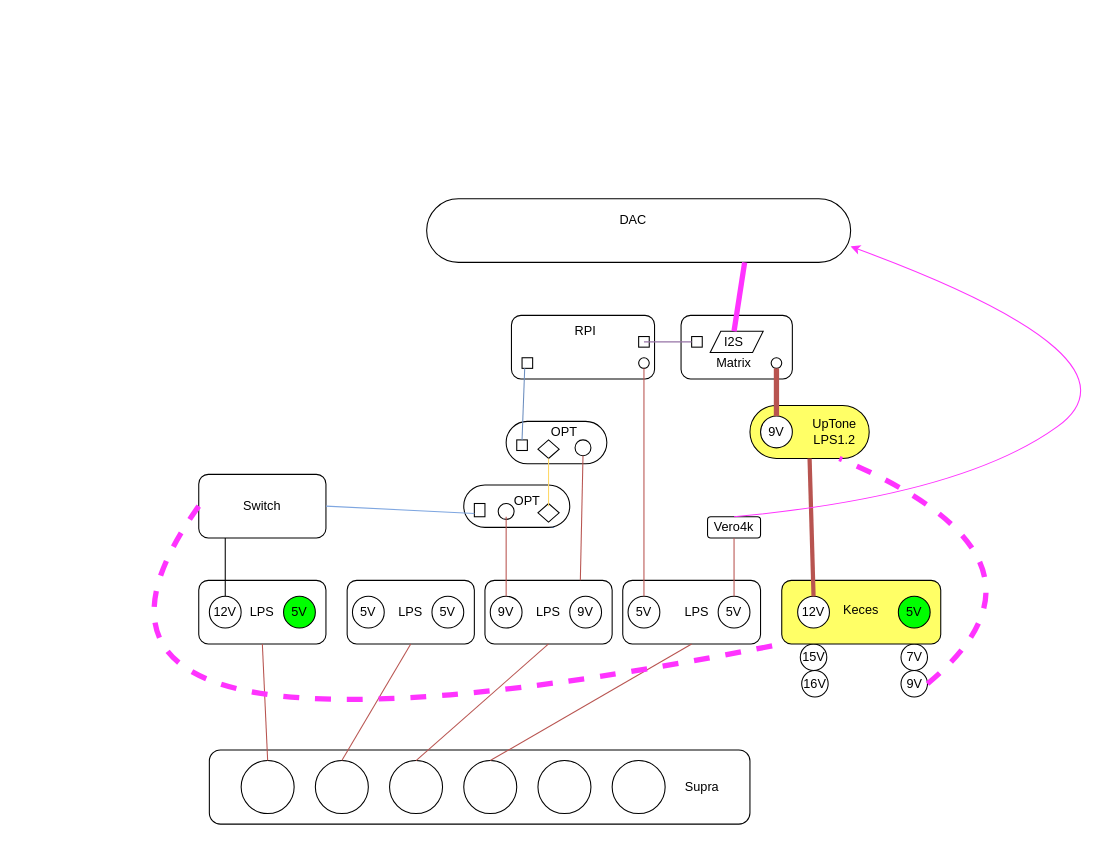
Before: Audio2020.drawio in maniac0r/audio, a draw.io diagram. Source tidied: cells renumbered, new cells numbered last; positions are measured from the earlier drawing's top-left corner, leaving out a move shared by most shapes. Both pictures are drawn from the tidied source at 106%, with x=0, y=0 at pixel (-14, 198).
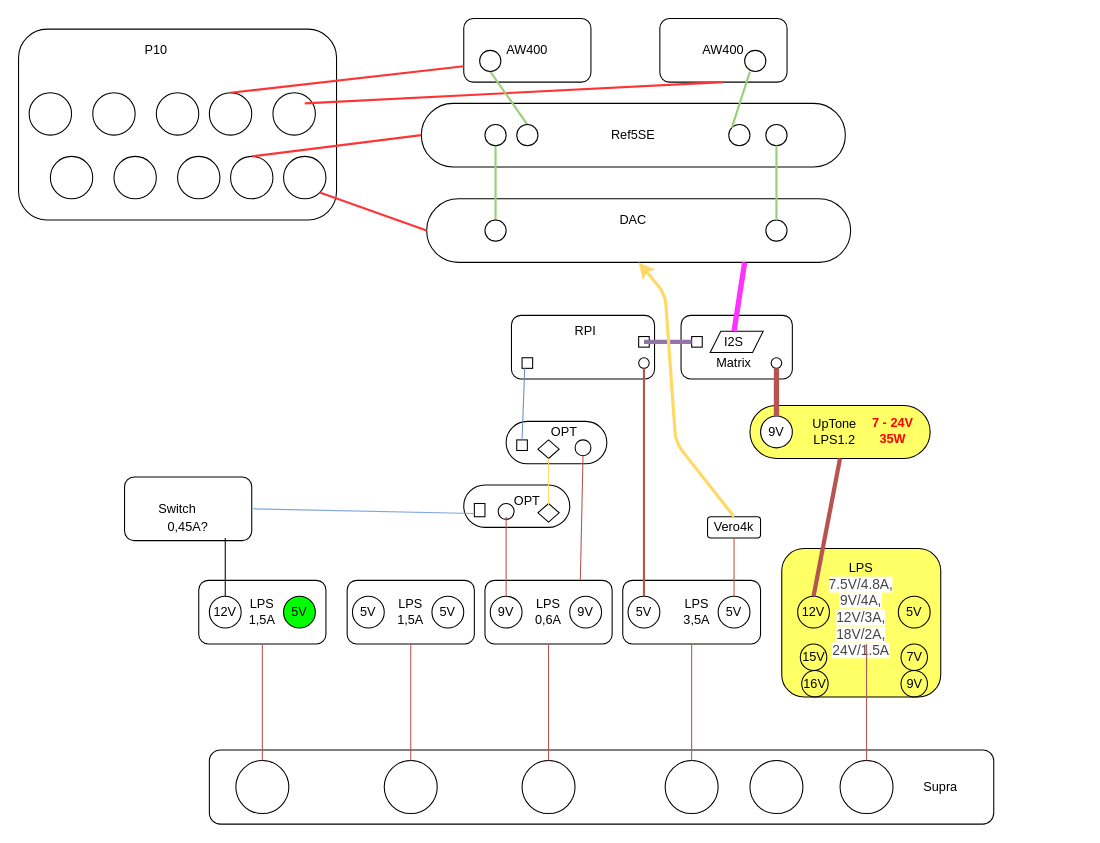
Above is the later version.

The change refers to these unchanged cells:
```xml
<mxCell id="22" value="5V" style="ellipse;whiteSpace=wrap;html=1;" parent="1" vertex="1">
  <mxGeometry x="605" y="375" width="30" height="30" as="geometry" />
</mxCell>
<mxCell id="36" value="Vero4k" style="text;html=1;strokeColor=none;fillColor=none;align=center;verticalAlign=middle;whiteSpace=wrap;rounded=0;" parent="1" vertex="1">
  <mxGeometry x="685" y="300" width="40" height="20" as="geometry" />
</mxCell>
<mxCell id="52" style="ellipse;whiteSpace=wrap;html=1;" parent="1" vertex="1">
  <mxGeometry x="615" y="150" width="10" height="10" as="geometry" />
</mxCell>
<mxCell id="59" style="rounded=0;whiteSpace=wrap;html=1;" parent="1" vertex="1">
  <mxGeometry x="665" y="130" width="10" height="10" as="geometry" />
</mxCell>
<mxCell id="60" style="rounded=0;whiteSpace=wrap;html=1;" parent="1" vertex="1">
  <mxGeometry x="615" y="130" width="10" height="10" as="geometry" />
</mxCell>
<mxCell id="78" style="rounded=1;whiteSpace=wrap;html=1;arcSize=50;" parent="1" vertex="1">
  <mxGeometry x="415" width="400" height="60" as="geometry" />
</mxCell>
```

Change to the diagram source:
```diff
@@
+    <mxCell id="63" style="rounded=1;whiteSpace=wrap;html=1;fillColor=#FFFF66;" parent="1" vertex="1">
+      <mxGeometry x="750" y="330" width="150" height="140" as="geometry" />
+    </mxCell>
@@
-    <mxCell id="3" value="7V" style="ellipse;whiteSpace=wrap;html=1;" parent="1" vertex="1">
+    <mxCell id="3" value="7V" style="ellipse;whiteSpace=wrap;html=1;fillColor=none;" parent="1" vertex="1">
       <mxGeometry x="862.5" y="420" width="25" height="25" as="geometry" />
     </mxCell>
-    <mxCell id="4" value="15V" style="ellipse;whiteSpace=wrap;html=1;" parent="1" vertex="1">
+    <mxCell id="4" value="15V" style="ellipse;whiteSpace=wrap;html=1;fillColor=none;" parent="1" vertex="1">
       <mxGeometry x="767.5" y="420" width="25" height="25" as="geometry" />
     </mxCell>
     <mxCell id="5" style="rounded=1;whiteSpace=wrap;html=1;" parent="1" vertex="1">
-      <mxGeometry x="200" y="260" width="120" height="60" as="geometry" />
+      <mxGeometry x="130" y="262.5" width="120" height="60" as="geometry" />
     </mxCell>
     <mxCell id="6" value="Switch" style="text;html=1;strokeColor=none;fillColor=none;align=center;verticalAlign=middle;whiteSpace=wrap;rounded=0;" parent="1" vertex="1">
-      <mxGeometry x="240" y="280" width="40" height="20" as="geometry" />
+      <mxGeometry x="160" y="282.5" width="40" height="20" as="geometry" />
     </mxCell>
@@
-    <mxCell id="8" value="LPS" style="text;html=1;strokeColor=none;fillColor=none;align=center;verticalAlign=middle;whiteSpace=wrap;rounded=0;" parent="1" vertex="1">
+    <mxCell id="8" value="LPS&lt;br&gt;1,5A" style="text;html=1;strokeColor=none;fillColor=none;align=center;verticalAlign=middle;whiteSpace=wrap;rounded=0;" parent="1" vertex="1">
       <mxGeometry x="240" y="380" width="40" height="20" as="geometry" />
     </mxCell>
@@
-    <mxCell id="13" value="LPS" style="text;html=1;strokeColor=none;fillColor=none;align=center;verticalAlign=middle;whiteSpace=wrap;rounded=0;" parent="1" vertex="1">
+    <mxCell id="13" value="LPS&lt;br&gt;1,5A" style="text;html=1;strokeColor=none;fillColor=none;align=center;verticalAlign=middle;whiteSpace=wrap;rounded=0;" parent="1" vertex="1">
       <mxGeometry x="375" y="375" width="50" height="30" as="geometry" />
     </mxCell>
@@
-    <mxCell id="17" value="LPS" style="text;html=1;strokeColor=none;fillColor=none;align=center;verticalAlign=middle;whiteSpace=wrap;rounded=0;" parent="1" vertex="1">
+    <mxCell id="17" value="LPS&lt;br&gt;0,6A" style="text;html=1;strokeColor=none;fillColor=none;align=center;verticalAlign=middle;whiteSpace=wrap;rounded=0;" parent="1" vertex="1">
       <mxGeometry x="505" y="375" width="50" height="30" as="geometry" />
     </mxCell>
@@
-    <mxCell id="21" value="LPS" style="text;html=1;strokeColor=none;fillColor=none;align=center;verticalAlign=middle;whiteSpace=wrap;rounded=0;" parent="1" vertex="1">
+    <mxCell id="21" value="LPS&lt;br&gt;3,5A" style="text;html=1;strokeColor=none;fillColor=none;align=center;verticalAlign=middle;whiteSpace=wrap;rounded=0;" parent="1" vertex="1">
       <mxGeometry x="645" y="375" width="50" height="30" as="geometry" />
     </mxCell>
@@
     <mxCell id="24" style="rounded=1;whiteSpace=wrap;html=1;" parent="1" vertex="1">
-      <mxGeometry x="210" y="520" width="510" height="70" as="geometry" />
+      <mxGeometry x="210" y="520" width="740" height="70" as="geometry" />
     </mxCell>
     <mxCell id="25" style="ellipse;whiteSpace=wrap;html=1;rotation=0;direction=south;" parent="1" vertex="1">
-      <mxGeometry x="240" y="530" width="50" height="50" as="geometry" />
+      <mxGeometry x="235" y="530" width="50" height="50" as="geometry" />
     </mxCell>
     <mxCell id="26" style="ellipse;whiteSpace=wrap;html=1;rotation=0;direction=south;" parent="1" vertex="1">
-      <mxGeometry x="310" y="530" width="50" height="50" as="geometry" />
+      <mxGeometry x="375" y="530" width="50" height="50" as="geometry" />
     </mxCell>
     <mxCell id="27" style="ellipse;whiteSpace=wrap;html=1;rotation=0;direction=south;" parent="1" vertex="1">
-      <mxGeometry x="380" y="530" width="50" height="50" as="geometry" />
+      <mxGeometry x="505" y="530" width="50" height="50" as="geometry" />
     </mxCell>
     <mxCell id="28" style="ellipse;whiteSpace=wrap;html=1;rotation=0;direction=south;" parent="1" vertex="1">
-      <mxGeometry x="450" y="530" width="50" height="50" as="geometry" />
+      <mxGeometry x="640" y="530" width="50" height="50" as="geometry" />
     </mxCell>
     <mxCell id="29" style="ellipse;whiteSpace=wrap;html=1;rotation=0;direction=south;" parent="1" vertex="1">
-      <mxGeometry x="520" y="530" width="50" height="50" as="geometry" />
+      <mxGeometry x="720" y="530" width="50" height="50" as="geometry" />
     </mxCell>
     <mxCell id="30" style="ellipse;whiteSpace=wrap;html=1;rotation=0;direction=south;" parent="1" vertex="1">
-      <mxGeometry x="590" y="530" width="50" height="50" as="geometry" />
+      <mxGeometry x="805" y="530" width="50" height="50" as="geometry" />
     </mxCell>
@@
-    <mxCell id="53" style="endArrow=none;html=1;fillColor=#f8cecc;strokeColor=#B85450;entryX=0.5;entryY=1;entryDx=0;entryDy=0;exitX=0.5;exitY=0;exitDx=0;exitDy=0;" parent="1" edge="1" source="22" target="52">
+    <mxCell id="53" style="endArrow=none;html=1;fillColor=#f8cecc;strokeColor=#B85450;entryX=0.5;entryY=1;entryDx=0;entryDy=0;exitX=0.5;exitY=0;exitDx=0;exitDy=0;strokeWidth=2;" parent="1" edge="1" source="22" target="52">
       <mxGeometry relative="1" as="geometry" />
     </mxCell>
@@
-    <mxCell id="61" style="endArrow=none;html=1;strokeColor=#9673a6;entryX=0;entryY=0.5;entryDx=0;entryDy=0;fillColor=#e1d5e7;exitX=0.5;exitY=0.5;exitDx=0;exitDy=0;exitPerimeter=0;" parent="1" edge="1" source="60" target="59">
+    <mxCell id="61" style="endArrow=none;html=1;strokeColor=#9673a6;entryX=0;entryY=0.5;entryDx=0;entryDy=0;fillColor=#e1d5e7;exitX=0.5;exitY=0.5;exitDx=0;exitDy=0;exitPerimeter=0;strokeWidth=4;" parent="1" edge="1" source="60" target="59">
       <mxGeometry relative="1" as="geometry" />
     </mxCell>
     <mxCell id="62" value="Supra" style="text;html=1;strokeColor=none;fillColor=none;align=center;verticalAlign=middle;whiteSpace=wrap;rounded=0;" parent="1" vertex="1">
-      <mxGeometry x="655" y="550" width="40" height="10" as="geometry" />
+      <mxGeometry x="880" y="550" width="40" height="10" as="geometry" />
     </mxCell>
-    <mxCell id="63" style="rounded=1;whiteSpace=wrap;html=1;fillColor=#FFFF66;" parent="1" vertex="1">
-      <mxGeometry x="750" y="360" width="150" height="60" as="geometry" />
-    </mxCell>
-    <mxCell id="64" value="12V" style="ellipse;whiteSpace=wrap;html=1;" parent="1" vertex="1">
+    <mxCell id="64" value="12V" style="ellipse;whiteSpace=wrap;html=1;fillColor=none;" parent="1" vertex="1">
       <mxGeometry x="765" y="375" width="30" height="30" as="geometry" />
     </mxCell>
     <mxCell id="65" style="rounded=1;whiteSpace=wrap;html=1;arcSize=50;fillColor=#FFFF66;" parent="1" vertex="1">
-      <mxGeometry x="720" y="195" width="112.5" height="50" as="geometry" />
+      <mxGeometry x="720" y="195" width="170" height="50" as="geometry" />
     </mxCell>
@@
-    <mxCell id="69" value="Keces" style="text;html=1;strokeColor=none;fillColor=none;align=center;verticalAlign=middle;whiteSpace=wrap;rounded=0;" parent="1" vertex="1">
+    <mxCell id="69" value="LPS&lt;br&gt;&lt;span style=&quot;color: rgb(68 , 68 , 68) ; font-family: &amp;#34;helvetica&amp;#34; , &amp;#34;arial&amp;#34; , sans-serif ; font-size: 13px ; text-align: left ; background-color: rgb(255 , 255 , 255)&quot;&gt;7.5V/4.8A, 9V/4A, 12V/3A, 18V/2A, 24V/1.5A&lt;/span&gt;" style="text;html=1;strokeColor=none;fillColor=none;align=center;verticalAlign=middle;whiteSpace=wrap;rounded=0;" parent="1" vertex="1">
       <mxGeometry x="805" y="380" width="40" height="15" as="geometry" />
     </mxCell>
-    <mxCell id="70" value="16V" style="ellipse;whiteSpace=wrap;html=1;" parent="1" vertex="1">
+    <mxCell id="70" value="16V" style="ellipse;whiteSpace=wrap;html=1;fillColor=none;" parent="1" vertex="1">
       <mxGeometry x="768.8" y="445" width="25" height="25" as="geometry" />
     </mxCell>
-    <mxCell id="71" value="5V" style="ellipse;whiteSpace=wrap;html=1;fillColor=#00FF00;" parent="1" vertex="1">
+    <mxCell id="71" value="5V" style="ellipse;whiteSpace=wrap;html=1;fillColor=none;" parent="1" vertex="1">
       <mxGeometry x="860" y="375" width="30" height="30" as="geometry" />
     </mxCell>
-    <mxCell id="72" value="9V" style="ellipse;whiteSpace=wrap;html=1;" parent="1" vertex="1">
+    <mxCell id="72" value="9V" style="ellipse;whiteSpace=wrap;html=1;fillColor=none;" parent="1" vertex="1">
       <mxGeometry x="862.5" y="445" width="25" height="25" as="geometry" />
     </mxCell>
@@
-    <mxCell id="81" style="endArrow=classic;html=1;strokeColor=#FF33FF;exitX=0.5;exitY=0;exitDx=0;exitDy=0;curved=1;entryX=1;entryY=0.75;entryDx=0;entryDy=0;" parent="1" edge="1" source="36" target="78">
+    <mxCell id="81" style="endArrow=classic;html=1;exitX=0.5;exitY=0;exitDx=0;exitDy=0;entryX=0.5;entryY=1;entryDx=0;entryDy=0;fillColor=#fad7ac;strokeColor=#FFD966;rounded=1;strokeWidth=3;" parent="1" edge="1" source="36" target="78">
       <mxGeometry relative="1" as="geometry">
         <Array as="points">
-          <mxPoint x="920" y="280" />
-          <mxPoint x="1100" y="150" />
+          <mxPoint x="650" y="230" />
+          <mxPoint x="640" y="90" />
         </Array>
       </mxGeometry>
     </mxCell>
-    <mxCell id="82" style="endArrow=none;dashed=1;html=1;strokeColor=#FF33FF;strokeWidth=5;exitX=0;exitY=0.5;exitDx=0;exitDy=0;entryX=0;entryY=1;entryDx=0;entryDy=0;curved=1;" parent="1" edge="1" source="5" target="63">
-      <mxGeometry relative="1" as="geometry">
-        <Array as="points">
-          <mxPoint y="570" />
-        </Array>
-      </mxGeometry>
-    </mxCell>
-    <mxCell id="83" style="endArrow=none;dashed=1;html=1;strokeColor=#FF33FF;strokeWidth=5;entryX=0.75;entryY=1;entryDx=0;entryDy=0;exitX=1;exitY=0.5;exitDx=0;exitDy=0;curved=1;" parent="1" edge="1" source="72" target="65">
-      <mxGeometry relative="1" as="geometry">
-        <Array as="points">
-          <mxPoint x="1030" y="340" />
-        </Array>
-      </mxGeometry>
-    </mxCell>
+    <mxCell id="84" value="&lt;font color=&quot;#ff0000&quot;&gt;7 - 24V&lt;br&gt;35W&lt;/font&gt;" style="text;html=1;strokeColor=none;fillColor=none;align=center;verticalAlign=middle;whiteSpace=wrap;rounded=0;fontStyle=1;" parent="1" vertex="1">
+      <mxGeometry x="830" y="200" width="50" height="37.5" as="geometry" />
+    </mxCell>
+    <mxCell id="85" value="0,45A?" style="text;html=1;strokeColor=none;fillColor=none;align=center;verticalAlign=middle;whiteSpace=wrap;rounded=0;" parent="1" vertex="1">
+      <mxGeometry x="170" y="300" width="40" height="20" as="geometry" />
+    </mxCell>
+    <mxCell id="86" style="endArrow=none;html=1;fillColor=#f8cecc;strokeColor=#B85450;exitX=0;exitY=0.5;exitDx=0;exitDy=0;" parent="1" edge="1" source="30">
+      <mxGeometry relative="1" as="geometry">
+        <mxPoint x="830" y="420" as="targetPoint" />
+      </mxGeometry>
+    </mxCell>
+    <mxCell id="87" style="rounded=1;whiteSpace=wrap;html=1;" parent="1" vertex="1">
+      <mxGeometry x="30" y="-160" width="300" height="180" as="geometry" />
+    </mxCell>
+    <mxCell id="88" value="P10" style="text;html=1;strokeColor=none;fillColor=none;align=center;verticalAlign=middle;whiteSpace=wrap;rounded=0;" parent="1" vertex="1">
+      <mxGeometry x="140" y="-170" width="40" height="60" as="geometry" />
+    </mxCell>
+    <mxCell id="89" style="ellipse;whiteSpace=wrap;html=1;" parent="1" vertex="1">
+      <mxGeometry x="40" y="-100" width="40" height="40" as="geometry" />
+    </mxCell>
+    <mxCell id="90" style="ellipse;whiteSpace=wrap;html=1;" parent="1" vertex="1">
+      <mxGeometry x="100" y="-100" width="40" height="40" as="geometry" />
+    </mxCell>
+    <mxCell id="91" style="ellipse;whiteSpace=wrap;html=1;" parent="1" vertex="1">
+      <mxGeometry x="160" y="-100" width="40" height="40" as="geometry" />
+    </mxCell>
+    <mxCell id="92" style="ellipse;whiteSpace=wrap;html=1;" parent="1" vertex="1">
+      <mxGeometry x="210" y="-100" width="40" height="40" as="geometry" />
+    </mxCell>
+    <mxCell id="93" style="ellipse;whiteSpace=wrap;html=1;" parent="1" vertex="1">
+      <mxGeometry x="270" y="-100" width="40" height="40" as="geometry" />
+    </mxCell>
+    <mxCell id="94" style="ellipse;whiteSpace=wrap;html=1;" parent="1" vertex="1">
+      <mxGeometry x="60" y="-40" width="40" height="40" as="geometry" />
+    </mxCell>
+    <mxCell id="95" style="ellipse;whiteSpace=wrap;html=1;" parent="1" vertex="1">
+      <mxGeometry x="120" y="-40" width="40" height="40" as="geometry" />
+    </mxCell>
+    <mxCell id="96" style="ellipse;whiteSpace=wrap;html=1;" parent="1" vertex="1">
+      <mxGeometry x="180" y="-40" width="40" height="40" as="geometry" />
+    </mxCell>
+    <mxCell id="97" style="ellipse;whiteSpace=wrap;html=1;" parent="1" vertex="1">
+      <mxGeometry x="230" y="-40" width="40" height="40" as="geometry" />
+    </mxCell>
+    <mxCell id="98" style="ellipse;whiteSpace=wrap;html=1;" parent="1" vertex="1">
+      <mxGeometry x="280" y="-40" width="40" height="40" as="geometry" />
+    </mxCell>
+    <mxCell id="99" style="endArrow=none;html=1;strokeWidth=2;entryX=1;entryY=1;entryDx=0;entryDy=0;strokeColor=#FF3333;" parent="1" edge="1" target="98">
+      <mxGeometry relative="1" as="geometry">
+        <mxPoint x="415" y="30" as="sourcePoint" />
+      </mxGeometry>
+    </mxCell>
+    <mxCell id="100" value="AW400" style="rounded=1;whiteSpace=wrap;html=1;" parent="1" vertex="1">
+      <mxGeometry x="450" y="-170" width="120" height="60" as="geometry" />
+    </mxCell>
+    <mxCell id="101" value="AW400" style="rounded=1;whiteSpace=wrap;html=1;" parent="1" vertex="1">
+      <mxGeometry x="635" y="-170" width="120" height="60" as="geometry" />
+    </mxCell>
+    <mxCell id="102" value="Ref5SE" style="rounded=1;whiteSpace=wrap;html=1;arcSize=50;" parent="1" vertex="1">
+      <mxGeometry x="410" y="-90" width="400" height="60" as="geometry" />
+    </mxCell>
+    <mxCell id="103" style="endArrow=none;html=1;strokeColor=#FF3333;strokeWidth=2;entryX=0;entryY=0.75;entryDx=0;entryDy=0;exitX=0.5;exitY=0;exitDx=0;exitDy=0;" parent="1" edge="1" source="92" target="100">
+      <mxGeometry relative="1" as="geometry" />
+    </mxCell>
+    <mxCell id="104" style="endArrow=none;html=1;strokeColor=#FF3333;strokeWidth=2;entryX=0.5;entryY=1;entryDx=0;entryDy=0;exitX=0.75;exitY=0.25;exitDx=0;exitDy=0;exitPerimeter=0;" parent="1" edge="1" source="93" target="101">
+      <mxGeometry relative="1" as="geometry" />
+    </mxCell>
+    <mxCell id="105" style="endArrow=none;html=1;strokeColor=#FF3333;strokeWidth=2;entryX=0;entryY=0.5;entryDx=0;entryDy=0;exitX=0.5;exitY=0;exitDx=0;exitDy=0;" parent="1" edge="1" source="97" target="102">
+      <mxGeometry relative="1" as="geometry" />
+    </mxCell>
+    <mxCell id="106" style="endArrow=none;html=1;strokeWidth=2;entryX=0.5;entryY=1;entryDx=0;entryDy=0;exitX=0.5;exitY=0;exitDx=0;exitDy=0;fillColor=#b0e3e6;strokeColor=#97D077;" parent="1" edge="1" source="108" target="107">
+      <mxGeometry relative="1" as="geometry" />
+    </mxCell>
+    <mxCell id="107" style="ellipse;whiteSpace=wrap;html=1;" parent="1" vertex="1">
+      <mxGeometry x="470" y="-70" width="20" height="20" as="geometry" />
+    </mxCell>
+    <mxCell id="108" style="ellipse;whiteSpace=wrap;html=1;" parent="1" vertex="1">
+      <mxGeometry x="470" y="20" width="20" height="20" as="geometry" />
+    </mxCell>
+    <mxCell id="109" style="ellipse;whiteSpace=wrap;html=1;" parent="1" vertex="1">
+      <mxGeometry x="735" y="20" width="20" height="20" as="geometry" />
+    </mxCell>
+    <mxCell id="110" style="ellipse;whiteSpace=wrap;html=1;" parent="1" vertex="1">
+      <mxGeometry x="735" y="-70" width="20" height="20" as="geometry" />
+    </mxCell>
+    <mxCell id="111" style="endArrow=none;html=1;strokeWidth=2;entryX=0.5;entryY=1;entryDx=0;entryDy=0;exitX=0.5;exitY=0;exitDx=0;exitDy=0;strokeColor=#97D077;" parent="1" edge="1" source="109" target="110">
+      <mxGeometry relative="1" as="geometry" />
+    </mxCell>
+    <mxCell id="112" style="endArrow=none;html=1;strokeWidth=2;entryX=0.5;entryY=1;entryDx=0;entryDy=0;fillColor=#b0e3e6;strokeColor=#97D077;exitX=0.5;exitY=0;exitDx=0;exitDy=0;entryPerimeter=0;" parent="1" edge="1" source="115" target="113">
+      <mxGeometry relative="1" as="geometry" />
+    </mxCell>
+    <mxCell id="113" style="ellipse;whiteSpace=wrap;html=1;" parent="1" vertex="1">
+      <mxGeometry x="465" y="-140" width="20" height="20" as="geometry" />
+    </mxCell>
+    <mxCell id="114" style="ellipse;whiteSpace=wrap;html=1;" parent="1" vertex="1">
+      <mxGeometry x="715" y="-140" width="20" height="20" as="geometry" />
+    </mxCell>
+    <mxCell id="115" style="ellipse;whiteSpace=wrap;html=1;" parent="1" vertex="1">
+      <mxGeometry x="500" y="-70" width="20" height="20" as="geometry" />
+    </mxCell>
+    <mxCell id="116" style="ellipse;whiteSpace=wrap;html=1;" parent="1" vertex="1">
+      <mxGeometry x="700" y="-70" width="20" height="20" as="geometry" />
+    </mxCell>
+    <mxCell id="117" style="endArrow=none;html=1;strokeWidth=2;fillColor=#b0e3e6;strokeColor=#97D077;exitX=0;exitY=0;exitDx=0;exitDy=0;" parent="1" edge="1" source="116">
+      <mxGeometry relative="1" as="geometry">
+        <mxPoint x="720" y="-120" as="targetPoint" />
+      </mxGeometry>
+    </mxCell>
```
